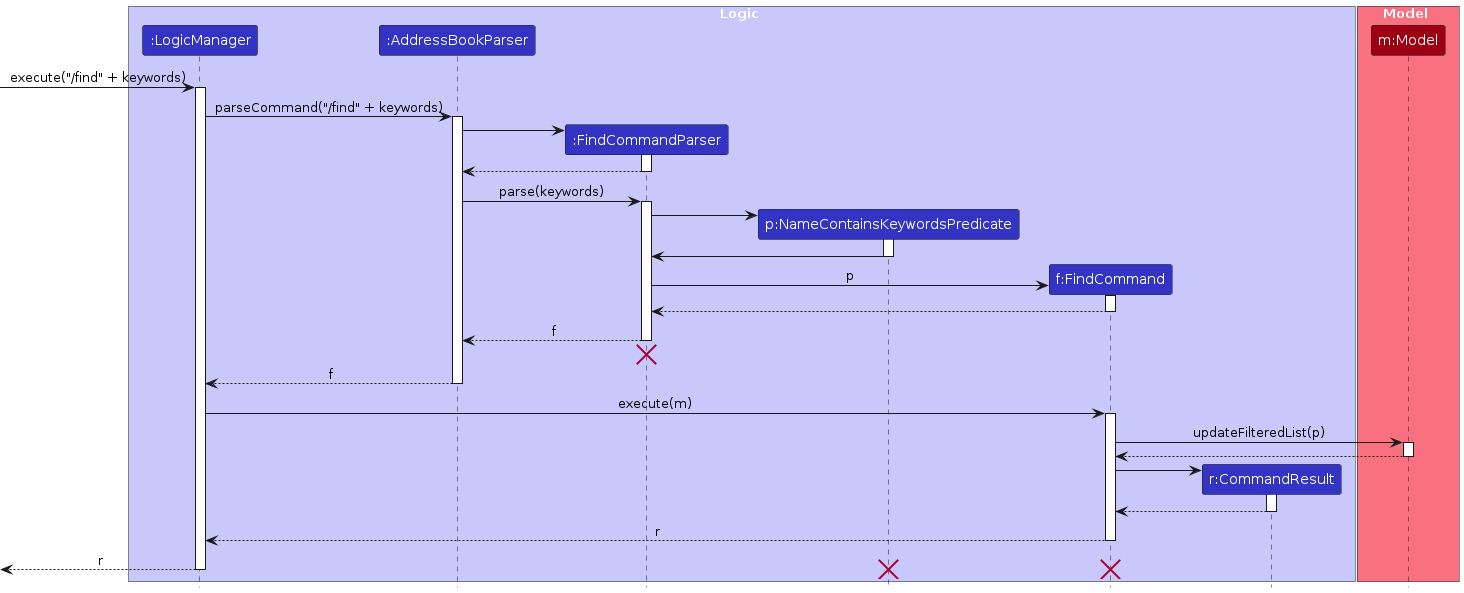
The PlantUML diagram diagrams/FindSequenceDiagram.png in woke02/tp, before a commit. Its source is kept beside it as diagrams/FindSequenceDiagram.puml.
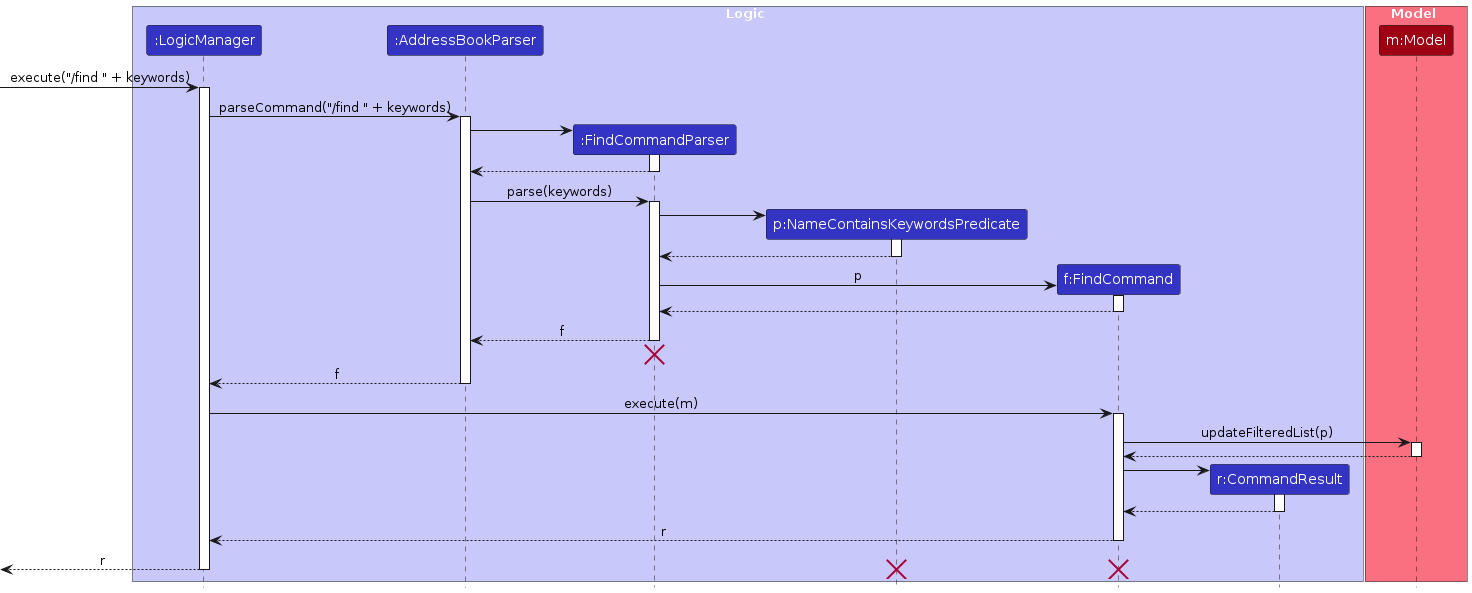
Later version of the same file.

The edit, as a diff of the source:
```diff
@@ -15,10 +15,10 @@
 participant "m:Model" as Model MODEL_COLOR
 end box
 
-[-> LogicManager : execute("/find" + keywords)
+[-> LogicManager : execute("/find " + keywords)
 activate LogicManager
 
-LogicManager -> AddressBookParser : parseCommand("/find" + keywords)
+LogicManager -> AddressBookParser : parseCommand("/find " + keywords)
 activate AddressBookParser
 
 create FindCommandParser
@@ -35,7 +35,7 @@
 FindCommandParser -> NameContainsKeywordsPredicate :
 activate NameContainsKeywordsPredicate
 
-NameContainsKeywordsPredicate -> FindCommandParser
+NameContainsKeywordsPredicate --> FindCommandParser
 deactivate NameContainsKeywordsPredicate
 
 create FindCommand
```
